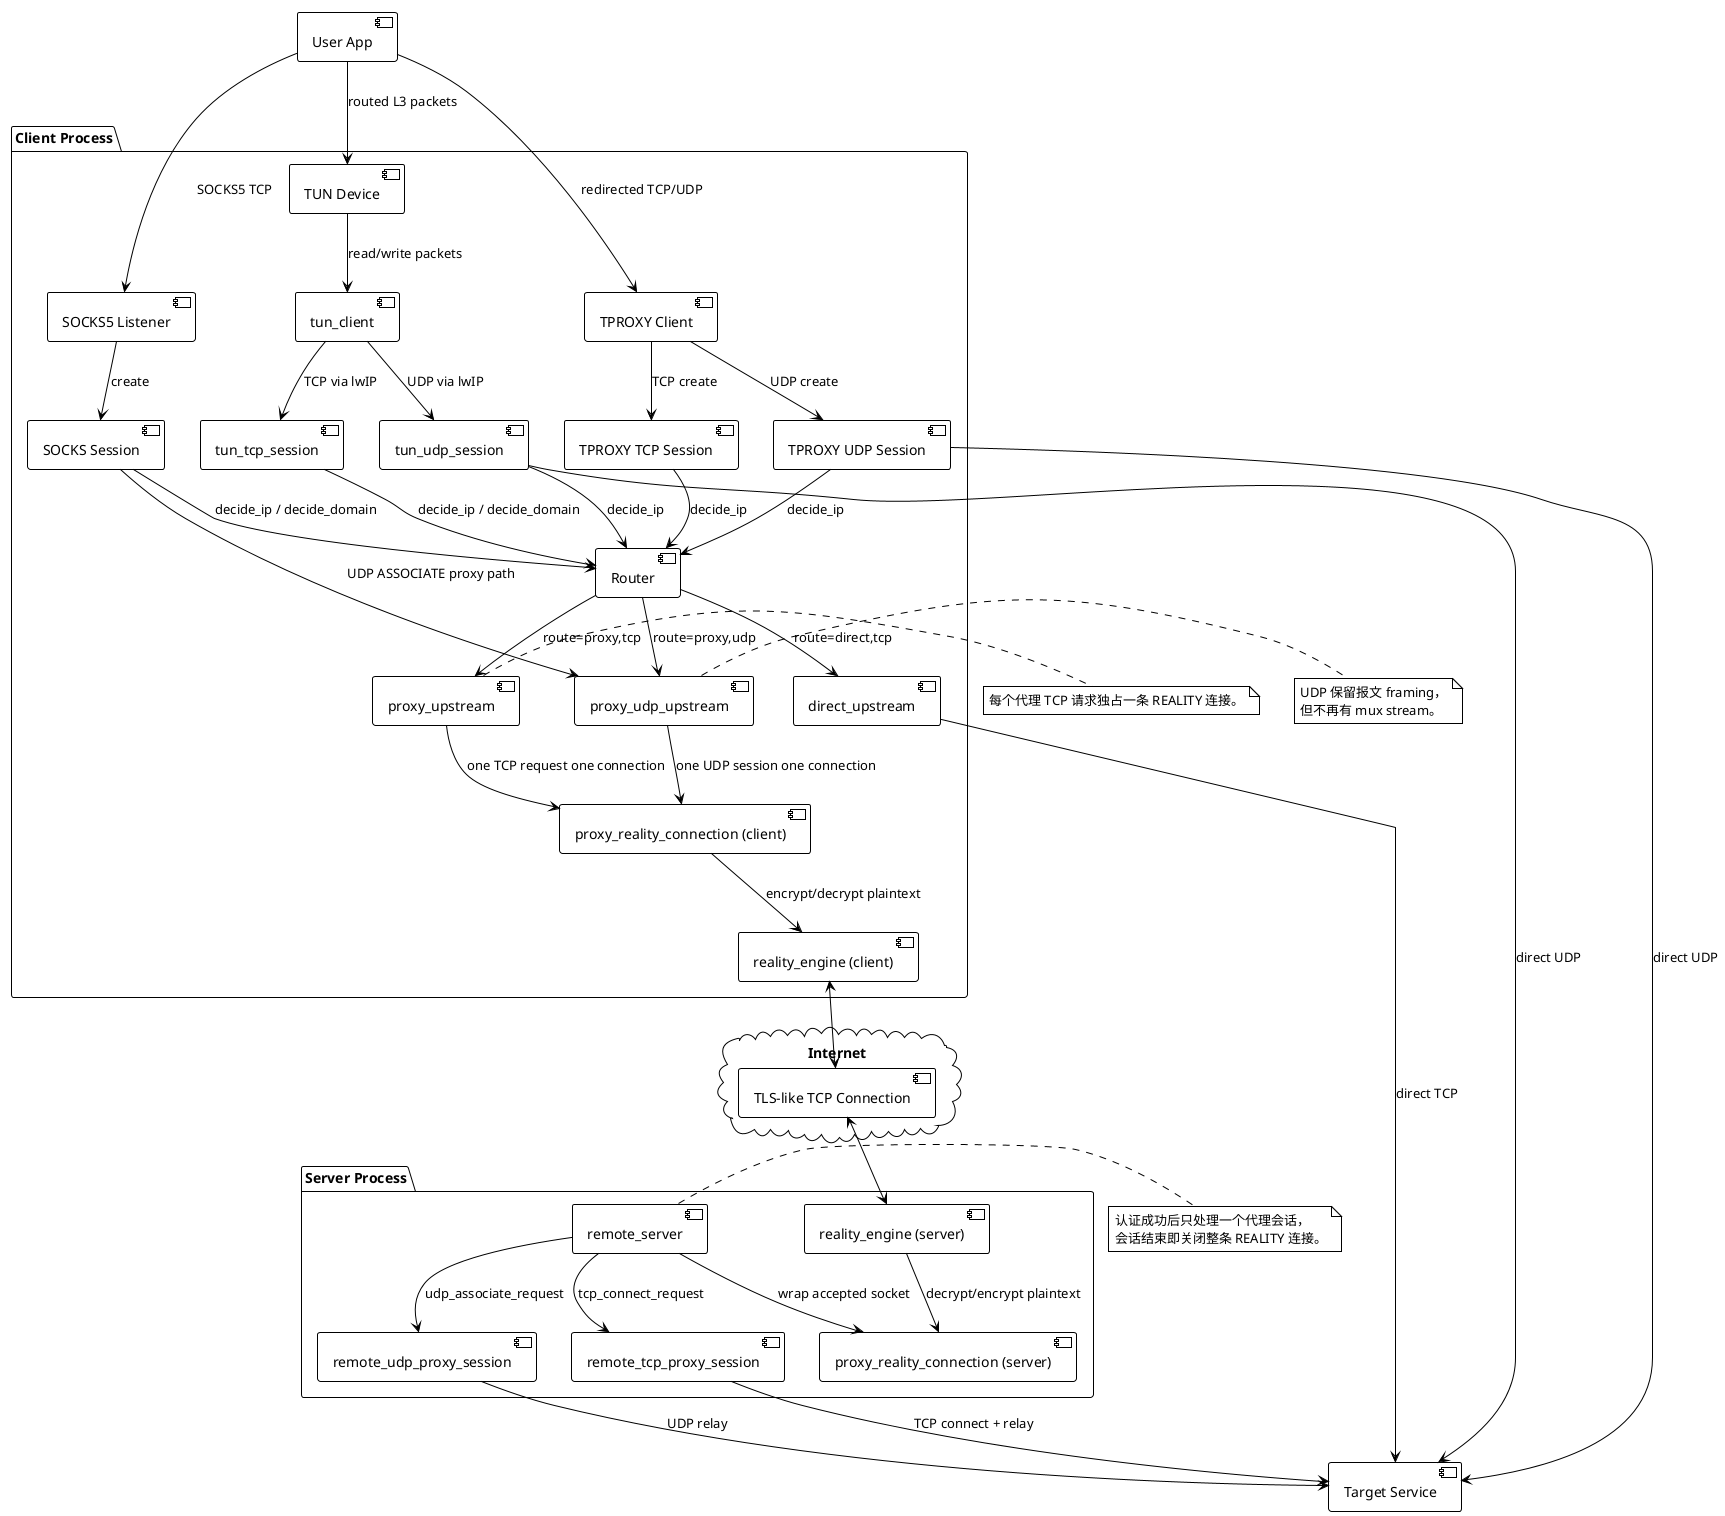
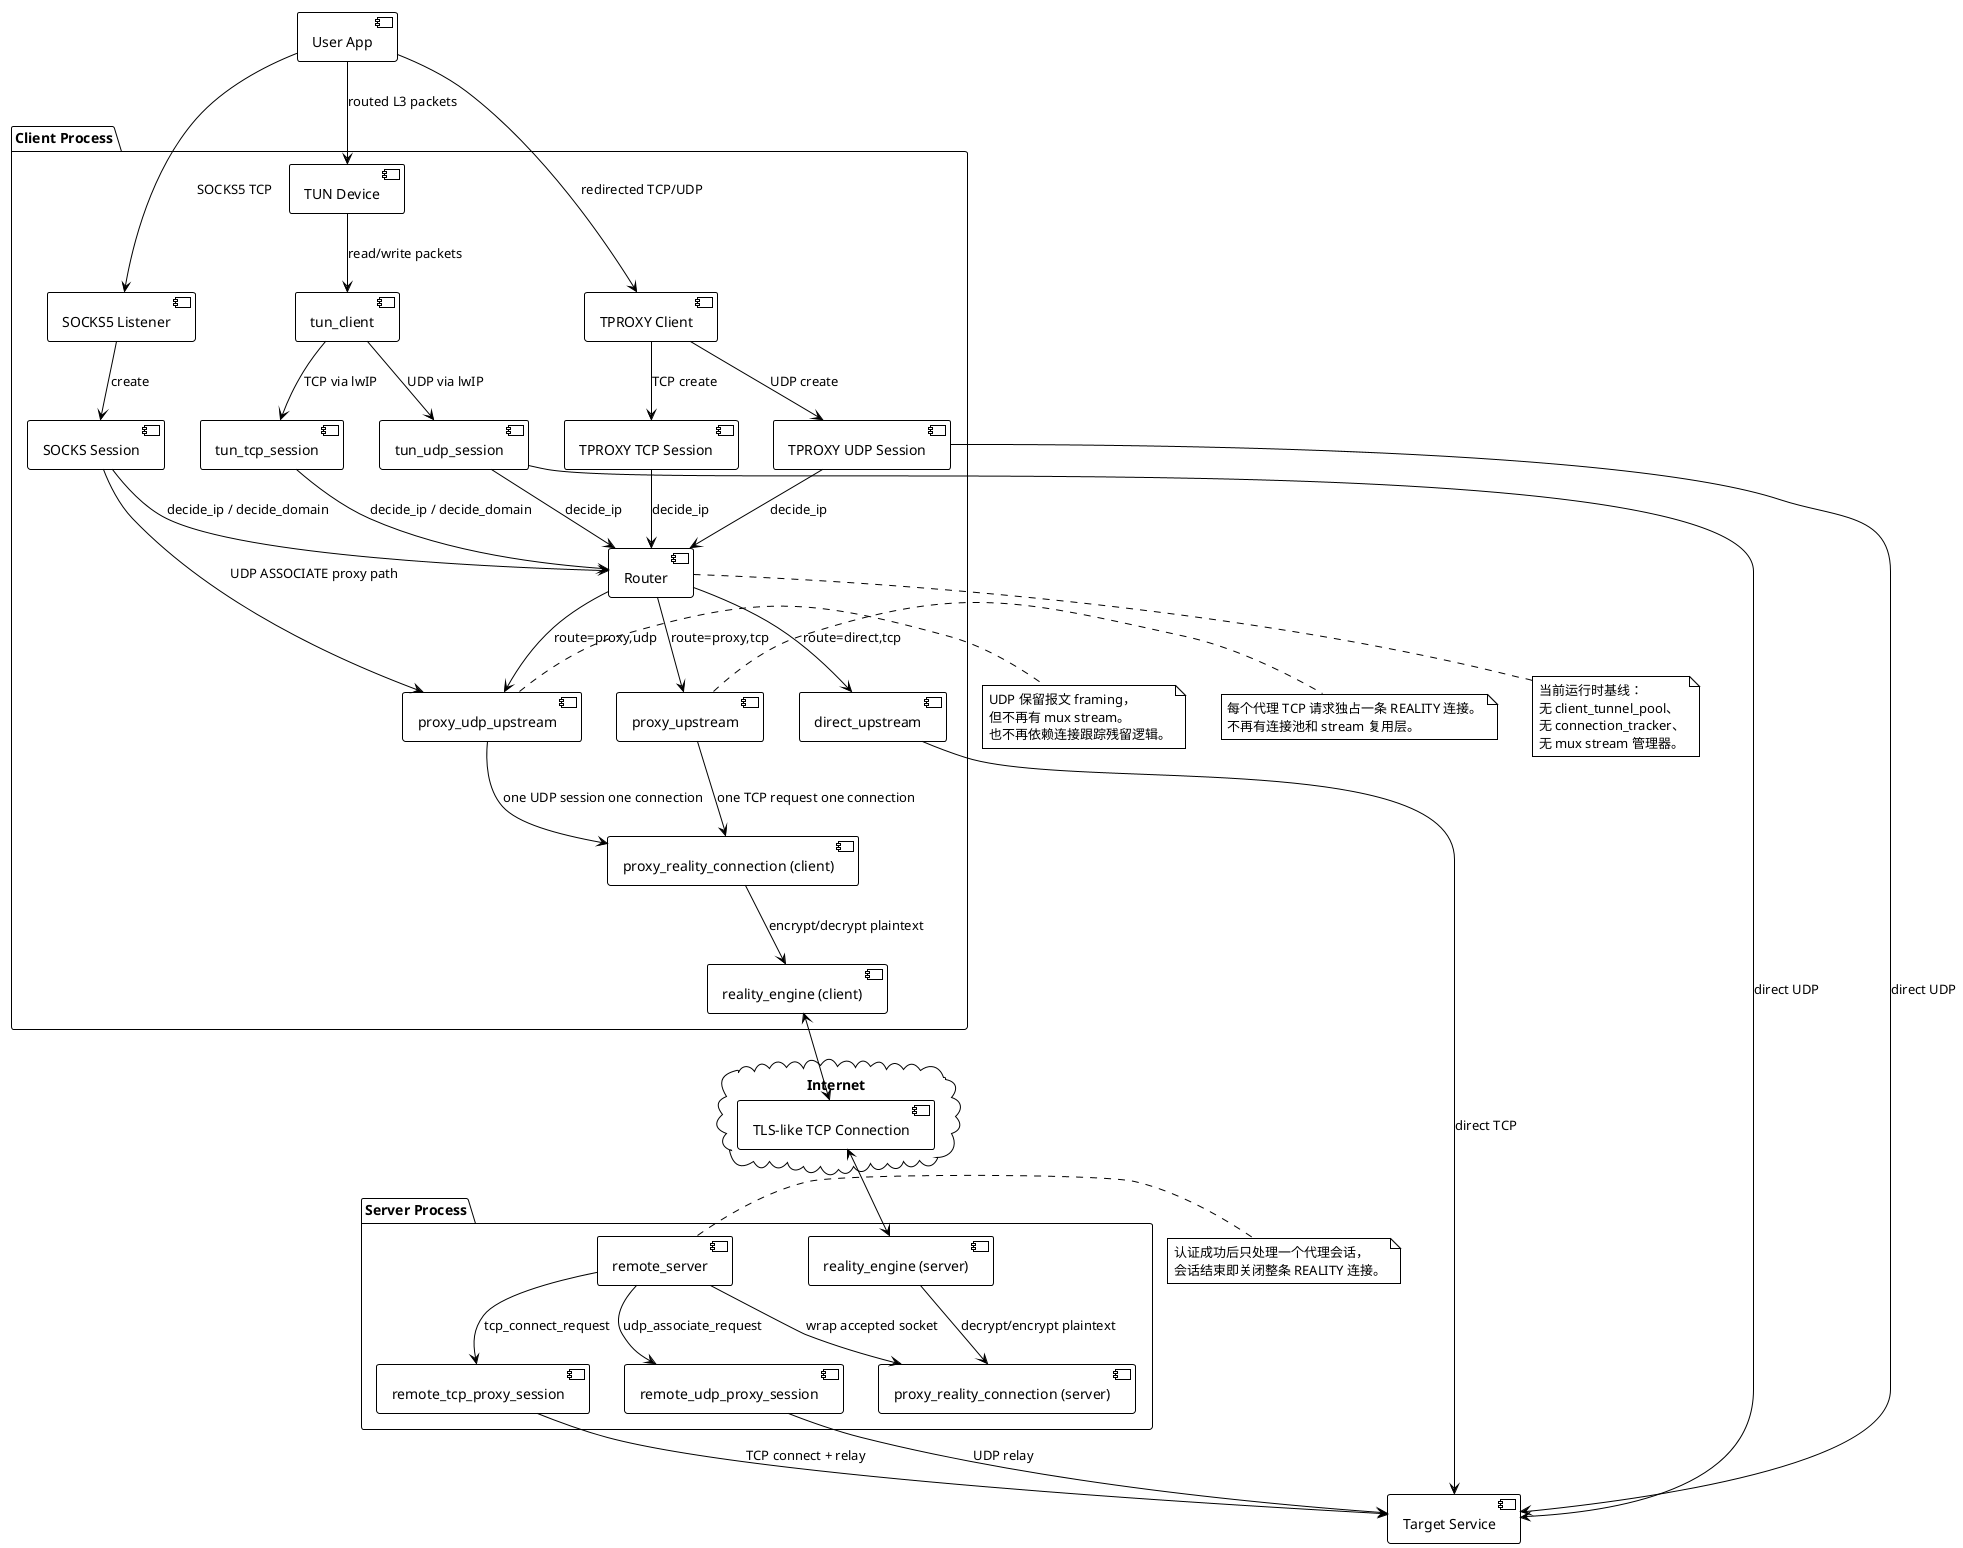
@startuml
!theme plain
skinparam componentStyle uml2

package "Client Process" {
    [SOCKS5 Listener] as SocksListener
    [SOCKS Session] as SocksSession
    [TPROXY Client] as TproxyClient
    [TPROXY TCP Session] as TproxyTcpSession
    [TPROXY UDP Session] as TproxyUdpSession
    [TUN Device] as TunDevice
    [tun_client] as TunClient
    [tun_tcp_session] as TunTcpSession
    [tun_udp_session] as TunUdpSession

    [Router] as Router
    [direct_upstream] as DirectUpstream
    [proxy_upstream] as ProxyUpstream
    [proxy_udp_upstream] as ProxyUdpUpstream

    [proxy_reality_connection (client)] as ClientConn
    [reality_engine (client)] as ClientReality
}

cloud "Internet" {
    [TLS-like TCP Connection] as Network
}

package "Server Process" {
    [remote_server] as RemoteServer
    [proxy_reality_connection (server)] as ServerConn
    [reality_engine (server)] as ServerReality
    [remote_tcp_proxy_session] as RemoteTcp
    [remote_udp_proxy_session] as RemoteUdp
}

[User App] as App
[Target Service] as Target

App --> SocksListener : SOCKS5 TCP
SocksListener --> SocksSession : create

App --> TproxyClient : redirected TCP/UDP
TproxyClient --> TproxyTcpSession : TCP create
TproxyClient --> TproxyUdpSession : UDP create

App --> TunDevice : routed L3 packets
TunDevice --> TunClient : read/write packets
TunClient --> TunTcpSession : TCP via lwIP
TunClient --> TunUdpSession : UDP via lwIP

SocksSession --> Router : decide_ip / decide_domain
TproxyTcpSession --> Router : decide_ip
TproxyUdpSession --> Router : decide_ip
TunTcpSession --> Router : decide_ip / decide_domain
TunUdpSession --> Router : decide_ip

Router --> DirectUpstream : route=direct,tcp
Router --> ProxyUpstream : route=proxy,tcp
Router --> ProxyUdpUpstream : route=proxy,udp

DirectUpstream --> Target : direct TCP
SocksSession --> ProxyUdpUpstream : UDP ASSOCIATE proxy path
TproxyUdpSession --> Target : direct UDP
TunUdpSession --> Target : direct UDP

ProxyUpstream --> ClientConn : one TCP request one connection
ProxyUdpUpstream --> ClientConn : one UDP session one connection
ClientConn --> ClientReality : encrypt/decrypt plaintext
ClientReality <--> Network
Network <--> ServerReality
ServerReality --> ServerConn : decrypt/encrypt plaintext

RemoteServer --> ServerConn : wrap accepted socket
RemoteServer --> RemoteTcp : tcp_connect_request
RemoteServer --> RemoteUdp : udp_associate_request
RemoteTcp --> Target : TCP connect + relay
RemoteUdp --> Target : UDP relay

note right of ProxyUpstream
  每个代理 TCP 请求独占一条 REALITY 连接。
+   不再有连接池和 stream 复用层。
end note

note right of ProxyUdpUpstream
  UDP 保留报文 framing，
  但不再有 mux stream。
+   也不再依赖连接跟踪残留逻辑。
end note

note right of RemoteServer
  认证成功后只处理一个代理会话，
  会话结束即关闭整条 REALITY 连接。
end note

+ note bottom of Router
+   当前运行时基线：
+   无 client_tunnel_pool、
+   无 connection_tracker、
+   无 mux stream 管理器。
+ end note
+ 
@enduml
